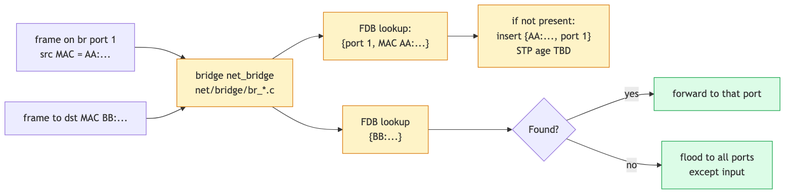
Earlier version of the Mermaid export linux-net/src/diagrams/day11_bridge.png (biefy/books). Its source is kept beside it as linux-net/src/diagrams/src/day11_bridge.mmd.
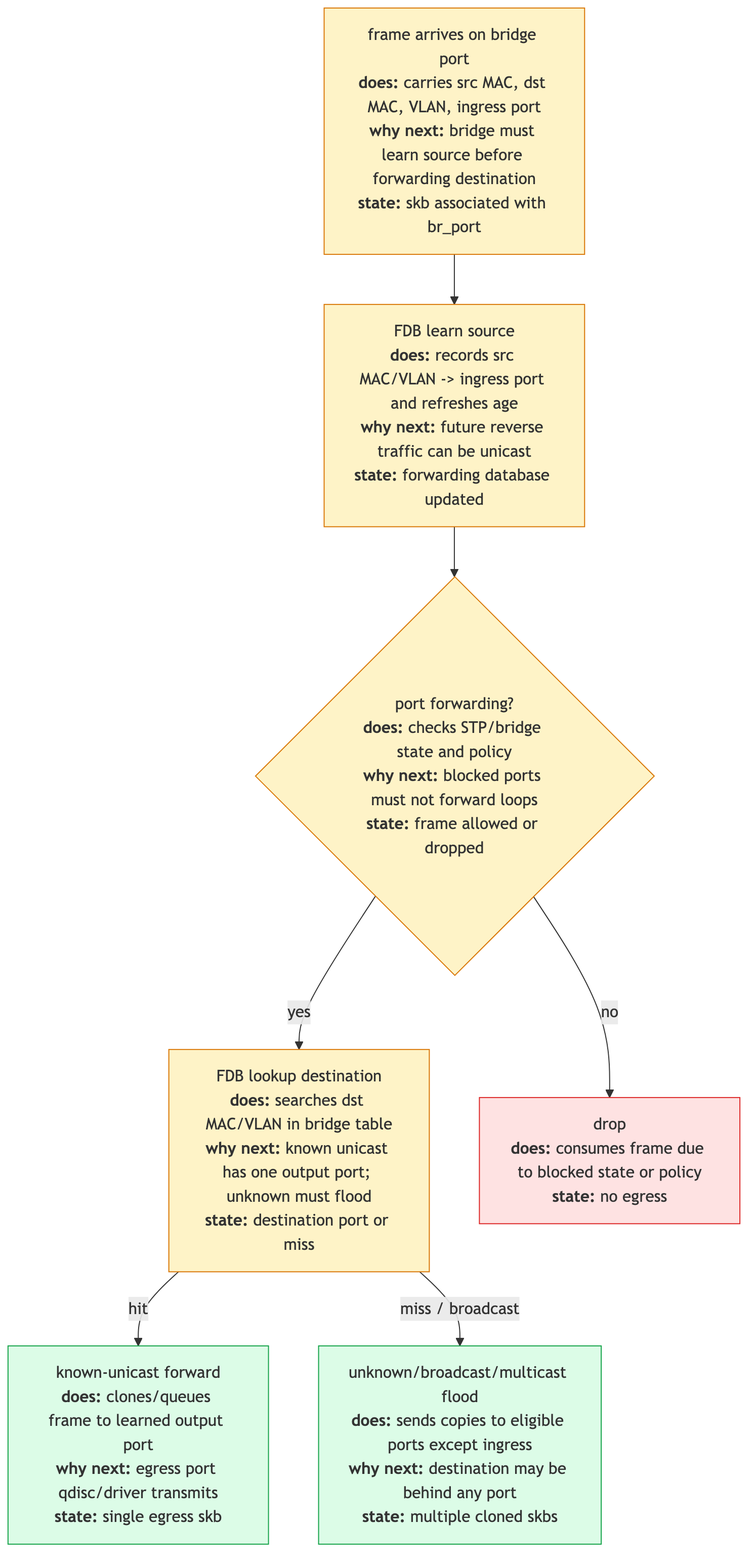
After the commit.

The edit, as a diff of the source:
```diff
@@ -1,23 +1,21 @@
-flowchart LR
-    F1["frame on br port 1<br/>src MAC = AA:..."]
-    Br["bridge net_bridge<br/>net/bridge/br_*.c"]
-    Fdb["FDB lookup:<br/>{port 1, MAC AA:...}"]
-    Learn["if not present:<br/>insert {AA:..., port 1}<br/>STP age TBD"]
+flowchart TD
+    In["frame arrives on bridge port<br/><b>does:</b> carries src MAC, dst MAC, VLAN, ingress port<br/><b>why next:</b> bridge must learn source before forwarding destination<br/><b>state:</b> skb associated with br_port"]
+    Learn["FDB learn source<br/><b>does:</b> records src MAC/VLAN -> ingress port and refreshes age<br/><b>why next:</b> future reverse traffic can be unicast<br/><b>state:</b> forwarding database updated"]
+    STP{"port forwarding?<br/><b>does:</b> checks STP/bridge state and policy<br/><b>why next:</b> blocked ports must not forward loops<br/><b>state:</b> frame allowed or dropped"}
+    Lookup["FDB lookup destination<br/><b>does:</b> searches dst MAC/VLAN in bridge table<br/><b>why next:</b> known unicast has one output port; unknown must flood<br/><b>state:</b> destination port or miss"]
+    Forward["known-unicast forward<br/><b>does:</b> clones/queues frame to learned output port<br/><b>why next:</b> egress port qdisc/driver transmits<br/><b>state:</b> single egress skb"]
+    Flood["unknown/broadcast/multicast flood<br/><b>does:</b> sends copies to eligible ports except ingress<br/><b>why next:</b> destination may be behind any port<br/><b>state:</b> multiple cloned skbs"]
+    Drop["drop<br/><b>does:</b> consumes frame due to blocked state or policy<br/><b>state:</b> no egress"]
 
-    F2["frame to dst MAC BB:..."]
-    Find["FDB lookup<br/>{BB:...}"]
-    Found{Found?}
-    Forward["forward to that port"]
-    Flood["flood to all ports<br/>except input"]
-
-    F1 --> Br --> Fdb
-    Fdb --> Learn
-
-    F2 --> Br --> Find --> Found
-    Found -->|yes| Forward
-    Found -->|no| Flood
+    In --> Learn --> STP
+    STP -->|yes| Lookup
+    STP -->|no| Drop
+    Lookup -->|hit| Forward
+    Lookup -->|miss / broadcast| Flood
 
     classDef br fill:#fef3c7,stroke:#d97706
     classDef ok fill:#dcfce7,stroke:#16a34a
-    class Br,Fdb,Find,Learn br
+    classDef bad fill:#fee2e2,stroke:#dc2626
+    class In,Learn,Lookup,STP br
     class Forward,Flood ok
+    class Drop bad
```
